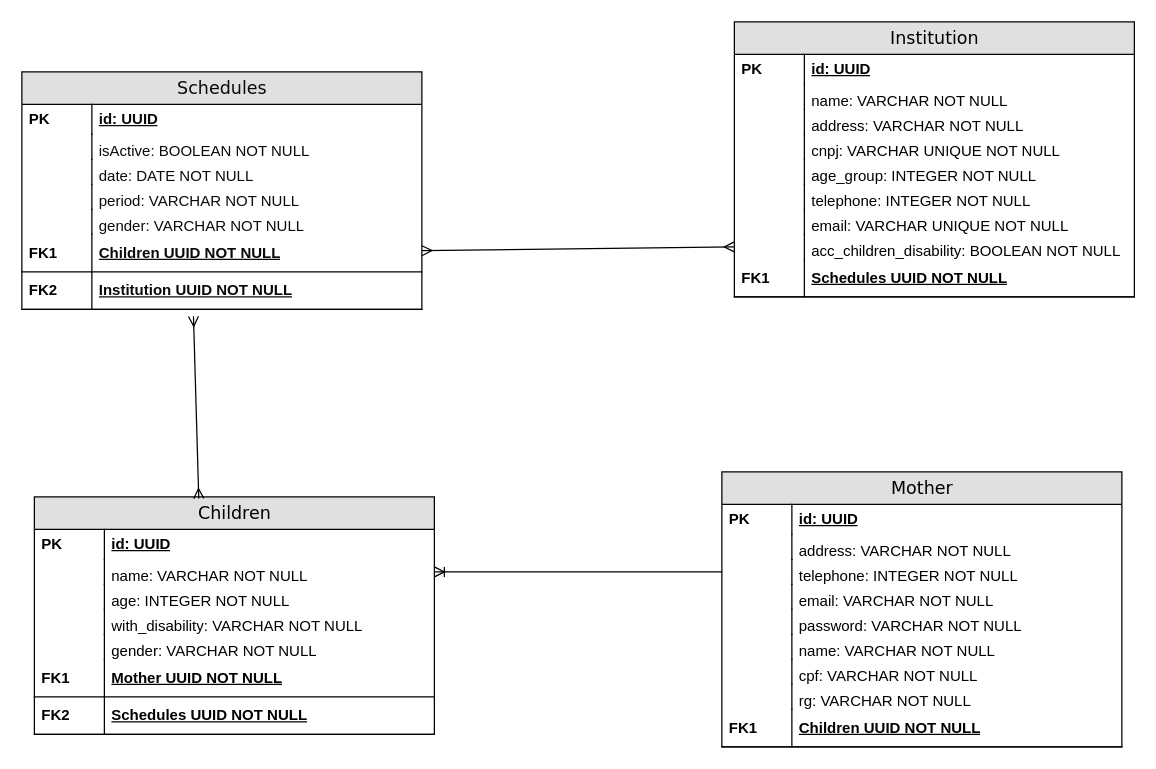
Above: Diagrama sem nome.drawio in M4GROUP/aumma (draw.io), before the change. Source tidied: cells renumbered, new cells numbered last; positions are measured from the earlier drawing's top-left corner, leaving out a move shared by most shapes. Both pictures are drawn from the tidied source at 125%, with x=0, y=0 at pixel (21, 21).
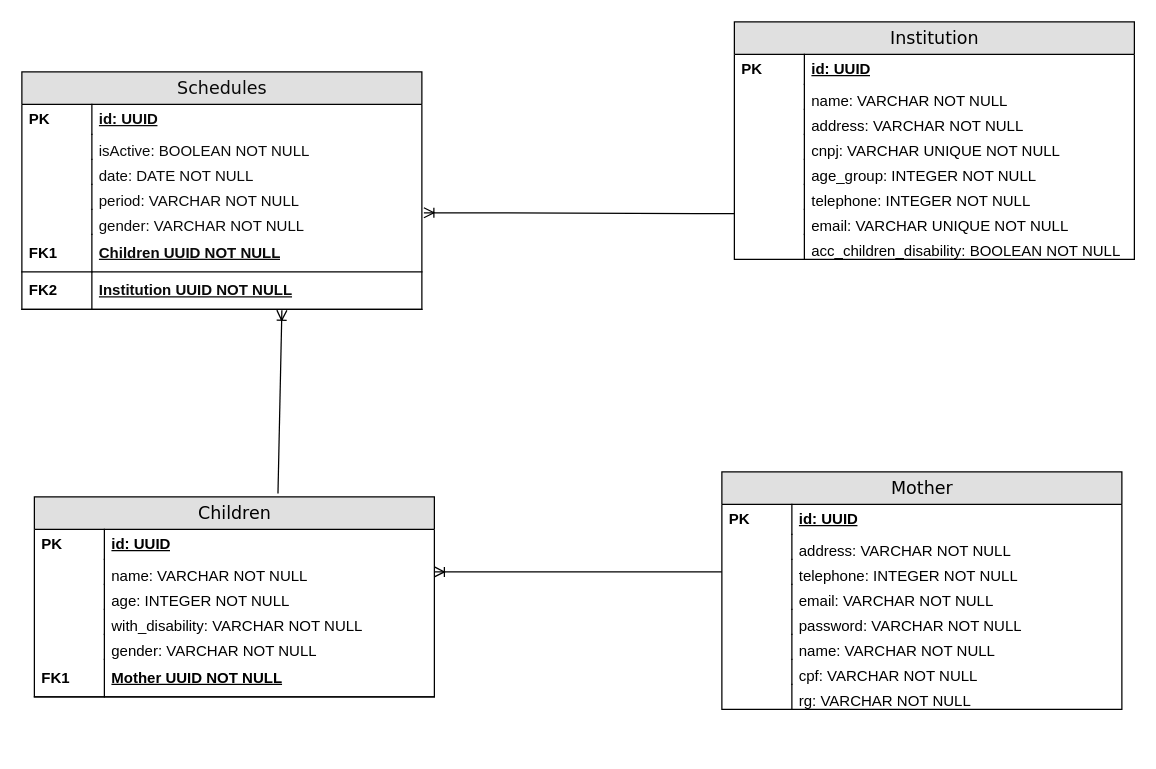
After the change.

Unchanged cells that the change refers to:
```xml
<mxCell id="15" value="email: VARCHAR UNIQUE NOT NULL" style="shape=partialRectangle;top=0;left=0;right=0;bottom=0;html=1;align=left;verticalAlign=top;fillColor=none;spacingLeft=60;spacingRight=4;whiteSpace=wrap;overflow=hidden;points=[[0,0.5],[1,0.5]];portConstraint=eastwest;fontColor=#000000;" parent="2" vertex="1">
  <mxGeometry y="150" width="320" height="20" as="geometry" />
</mxCell>
<mxCell id="17" value="acc_children_disability: BOOLEAN NOT NULL" style="shape=partialRectangle;top=0;left=0;right=0;bottom=0;html=1;align=left;verticalAlign=top;fillColor=none;spacingLeft=60;spacingRight=4;whiteSpace=wrap;overflow=hidden;points=[[0,0.5],[1,0.5]];portConstraint=eastwest;fontColor=#000000;" parent="2" vertex="1">
  <mxGeometry y="170" width="320" height="20" as="geometry" />
</mxCell>
<mxCell id="64" value="gender: VARCHAR NOT NULL" style="shape=partialRectangle;top=0;left=0;right=0;bottom=0;html=1;align=left;verticalAlign=top;fillColor=none;spacingLeft=60;spacingRight=4;whiteSpace=wrap;overflow=hidden;points=[[0,0.5],[1,0.5]];portConstraint=eastwest;fontColor=#0A0A0A;" parent="55" vertex="1">
  <mxGeometry y="110" width="320" height="20" as="geometry" />
</mxCell>
<mxCell id="66" value="Children UUID NOT NULL" style="shape=partialRectangle;top=0;left=0;right=0;bottom=1;html=1;align=left;verticalAlign=middle;fillColor=none;spacingLeft=60;spacingRight=4;whiteSpace=wrap;overflow=hidden;points=[[0,0.5],[1,0.5]];portConstraint=eastwest;fontStyle=5;fontColor=#0A0A0A;" parent="55" vertex="1">
  <mxGeometry y="130" width="320" height="30" as="geometry" />
</mxCell>
<mxCell id="68" value="Institution UUID NOT NULL" style="shape=partialRectangle;top=0;left=0;right=0;bottom=1;html=1;align=left;verticalAlign=middle;fillColor=none;spacingLeft=60;spacingRight=4;whiteSpace=wrap;overflow=hidden;points=[[0,0.5],[1,0.5]];portConstraint=eastwest;fontStyle=5;fontColor=#0A0A0A;" parent="55" vertex="1">
  <mxGeometry y="160" width="320" height="30" as="geometry" />
</mxCell>
```

Change to the diagram source:
```diff
@@
     <mxCell id="2" value="Institution" style="swimlane;html=1;fontStyle=0;horizontal=1;startSize=26;fillColor=#e0e0e0;swimlaneFillColor=#ffffff;align=center;rounded=0;shadow=0;comic=0;labelBackgroundColor=none;strokeWidth=1;fontFamily=Verdana;fontSize=14;fontColor=#000000;" parent="1" vertex="1">
-      <mxGeometry x="570" width="320" height="220" as="geometry" />
+      <mxGeometry x="570" width="320" height="190" as="geometry" />
     </mxCell>
@@
-    <mxCell id="19" value="Schedules UUID NOT NULL" style="shape=partialRectangle;top=0;left=0;right=0;bottom=1;html=1;align=left;verticalAlign=middle;fillColor=none;spacingLeft=60;spacingRight=4;whiteSpace=wrap;overflow=hidden;fontStyle=5;fontColor=#000000;" parent="2" vertex="1">
-      <mxGeometry y="190" width="320" height="30" as="geometry" />
-    </mxCell>
-    <mxCell id="20" value="&lt;font color=&quot;#000000&quot;&gt;FK1&lt;/font&gt;" style="shape=partialRectangle;fontStyle=1;top=0;left=0;bottom=0;html=1;fillColor=none;align=left;verticalAlign=middle;spacingLeft=4;spacingRight=4;whiteSpace=wrap;overflow=hidden;" parent="19" vertex="1">
-      <mxGeometry width="56" height="30" as="geometry" />
-    </mxCell>
     <mxCell id="21" value="Mother" style="swimlane;html=1;fontStyle=0;horizontal=1;startSize=26;fillColor=#e0e0e0;swimlaneFillColor=#ffffff;align=center;rounded=0;shadow=0;comic=0;labelBackgroundColor=none;strokeWidth=1;fontFamily=Verdana;fontSize=14;fontColor=#000000;" parent="1" vertex="1">
-      <mxGeometry x="560" y="360" width="320" height="220" as="geometry" />
+      <mxGeometry x="560" y="360" width="320" height="190" as="geometry" />
     </mxCell>
@@
-    <mxCell id="38" value="Children UUID NOT NULL" style="shape=partialRectangle;top=0;left=0;right=0;bottom=1;html=1;align=left;verticalAlign=middle;fillColor=none;spacingLeft=60;spacingRight=4;whiteSpace=wrap;overflow=hidden;fontStyle=5;fontColor=#000000;" parent="21" vertex="1">
-      <mxGeometry y="190" width="320" height="30" as="geometry" />
-    </mxCell>
-    <mxCell id="39" value="FK1" style="shape=partialRectangle;fontStyle=1;top=0;left=0;bottom=0;html=1;fillColor=none;align=left;verticalAlign=middle;spacingLeft=4;spacingRight=4;whiteSpace=wrap;overflow=hidden;fontColor=#000000;" parent="38" vertex="1">
-      <mxGeometry width="56" height="30" as="geometry" />
-    </mxCell>
     <mxCell id="40" value="Children" style="swimlane;html=1;fontStyle=0;horizontal=1;startSize=26;fillColor=#e0e0e0;swimlaneFillColor=#ffffff;align=center;rounded=0;shadow=0;comic=0;labelBackgroundColor=none;strokeWidth=1;fontFamily=Verdana;fontSize=14;fontColor=#000000;" parent="1" vertex="1">
-      <mxGeometry x="10" y="380" width="320" height="190" as="geometry" />
+      <mxGeometry x="10" y="380" width="320" height="160" as="geometry" />
     </mxCell>
@@
-    <mxCell id="53" value="Schedules UUID NOT NULL" style="shape=partialRectangle;top=0;left=0;right=0;bottom=1;html=1;align=left;verticalAlign=middle;fillColor=none;spacingLeft=60;spacingRight=4;whiteSpace=wrap;overflow=hidden;fontStyle=5;fontColor=#000000;" parent="40" vertex="1">
-      <mxGeometry y="160" width="320" height="30" as="geometry" />
-    </mxCell>
-    <mxCell id="54" value="&lt;font color=&quot;#000000&quot;&gt;FK2&lt;/font&gt;" style="shape=partialRectangle;fontStyle=1;top=0;left=0;bottom=0;html=1;fillColor=none;align=left;verticalAlign=middle;spacingLeft=4;spacingRight=4;whiteSpace=wrap;overflow=hidden;" parent="53" vertex="1">
-      <mxGeometry width="56" height="30" as="geometry" />
-    </mxCell>
@@
+    <mxCell id="73" style="edgeStyle=entityRelationEdgeStyle;fontSize=12;html=1;endArrow=ERoneToMany;rounded=0;exitX=0;exitY=0.171;exitDx=0;exitDy=0;entryX=1.005;entryY=0.136;entryDx=0;entryDy=0;entryPerimeter=0;exitPerimeter=0;" parent="1" edge="1" source="15" target="64">
+      <mxGeometry relative="1" as="geometry" />
+    </mxCell>
-    <mxCell id="71" style="fontSize=12;html=1;endArrow=ERmany;startArrow=ERmany;rounded=0;entryX=0.429;entryY=1.186;entryDx=0;entryDy=0;entryPerimeter=0;exitX=0.411;exitY=0.007;exitDx=0;exitDy=0;exitPerimeter=0;" parent="1" edge="1" source="40" target="68">
+    <mxCell id="71" style="fontSize=12;html=1;endArrow=ERoneToMany;rounded=0;exitX=0.609;exitY=-0.017;exitDx=0;exitDy=0;exitPerimeter=0;entryX=0.65;entryY=1.023;entryDx=0;entryDy=0;entryPerimeter=0;" parent="1" edge="1" source="40" target="68">
       <mxGeometry relative="1" as="geometry" />
     </mxCell>
-    <mxCell id="72" style="fontSize=12;html=1;endArrow=ERmany;startArrow=ERmany;rounded=0;entryX=0;entryY=0.5;entryDx=0;entryDy=0;" parent="1" edge="1" source="66" target="17">
-      <mxGeometry relative="1" as="geometry" />
-    </mxCell>
```
